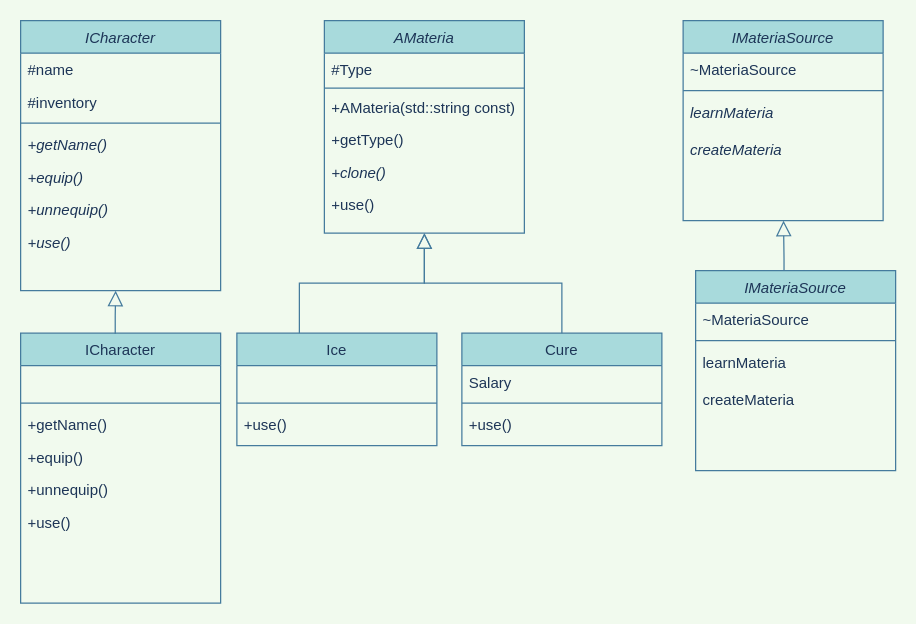
Before: cpp04/ex03/cpp04_ex03.drawio in yeawonbong/cpp, a draw.io diagram. Source tidied: cells renumbered, new cells numbered last; positions are measured from the earlier drawing's top-left corner, leaving out a move shared by most shapes. Both pictures are drawn from the tidied source at 125%, with x=0, y=0 at pixel (20, 20).
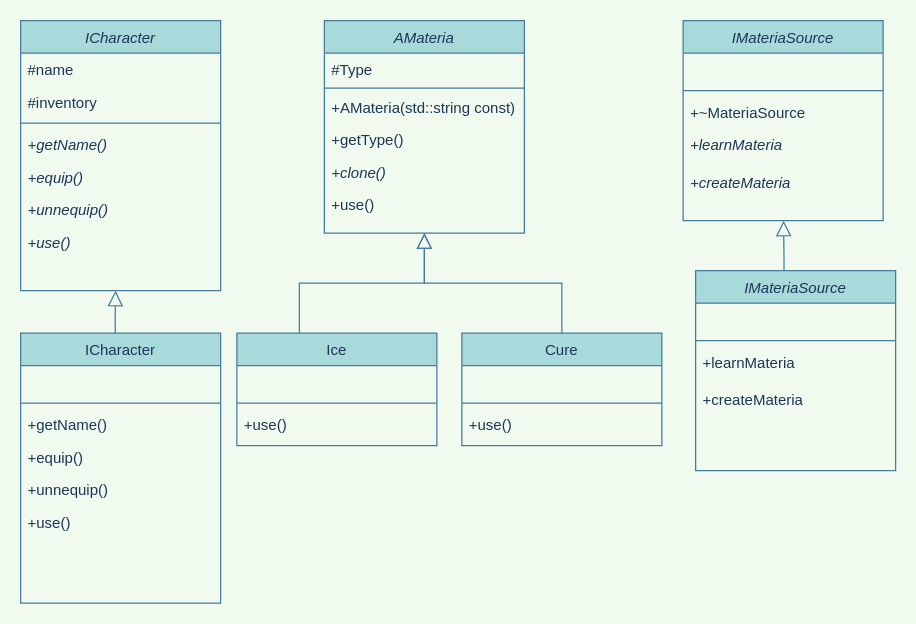
After the change.

The change refers to these unchanged cells:
```xml
<mxCell id="2" value="IMateriaSource" style="swimlane;fontStyle=2;align=center;verticalAlign=top;horizontal=1;startSize=26;rounded=0;shadow=0;strokeWidth=1;fillColor=#A8DADC;strokeColor=#457B9D;fontColor=#1D3557;" parent="1" vertex="1">
  <mxGeometry x="530" width="160" height="160" as="geometry" />
</mxCell>
<mxCell id="12" value="Cure" style="swimlane;fontStyle=0;align=center;verticalAlign=top;horizontal=1;startSize=26;rounded=0;shadow=0;strokeWidth=1;fillColor=#A8DADC;strokeColor=#457B9D;fontColor=#1D3557;" parent="1" vertex="1">
  <mxGeometry x="353" y="250" width="160" height="90" as="geometry" />
</mxCell>
<mxCell id="40" value="IMateriaSource" style="swimlane;fontStyle=2;align=center;verticalAlign=top;horizontal=1;startSize=26;rounded=0;shadow=0;strokeWidth=1;fillColor=#A8DADC;strokeColor=#457B9D;fontColor=#1D3557;" parent="1" vertex="1">
  <mxGeometry x="540" y="200" width="160" height="160" as="geometry" />
</mxCell>
```

What changed in the source:
```diff
@@
-    <mxCell id="3" value="~MateriaSource" style="text;align=left;verticalAlign=top;spacingLeft=4;spacingRight=4;overflow=hidden;fontColor=#1D3557;" parent="2" vertex="1">
+    <mxCell id="3" value=" " style="text;align=left;verticalAlign=top;spacingLeft=4;spacingRight=4;overflow=hidden;fontColor=#1D3557;" parent="2" vertex="1">
       <mxGeometry y="26" width="160" height="26" as="geometry" />
     </mxCell>
@@
+    <mxCell id="46" value="+~MateriaSource" style="text;align=left;verticalAlign=top;spacingLeft=4;spacingRight=4;overflow=hidden;fontColor=#1D3557;" parent="2" vertex="1">
+      <mxGeometry y="60" width="160" height="26" as="geometry" />
+    </mxCell>
-    <mxCell id="5" value="learnMateria&#10;" style="text;align=left;verticalAlign=top;spacingLeft=4;spacingRight=4;overflow=hidden;fontColor=#1D3557;fontStyle=2;" parent="2" vertex="1">
-      <mxGeometry y="60" width="160" height="30" as="geometry" />
+    <mxCell id="5" value="+learnMateria&#10;" style="text;align=left;verticalAlign=top;spacingLeft=4;spacingRight=4;overflow=hidden;fontColor=#1D3557;fontStyle=2;" parent="2" vertex="1">
+      <mxGeometry y="86" width="160" height="30" as="geometry" />
     </mxCell>
-    <mxCell id="6" value="createMateria" style="text;align=left;verticalAlign=top;spacingLeft=4;spacingRight=4;overflow=hidden;rounded=0;shadow=0;html=0;fontColor=#1D3557;fontStyle=2;" parent="2" vertex="1">
-      <mxGeometry y="90" width="160" height="26" as="geometry" />
+    <mxCell id="6" value="+createMateria" style="text;align=left;verticalAlign=top;spacingLeft=4;spacingRight=4;overflow=hidden;rounded=0;shadow=0;html=0;fontColor=#1D3557;fontStyle=2;" parent="2" vertex="1">
+      <mxGeometry y="116" width="160" height="26" as="geometry" />
     </mxCell>
@@
-    <mxCell id="13" value="Salary" style="text;align=left;verticalAlign=top;spacingLeft=4;spacingRight=4;overflow=hidden;fontColor=#1D3557;" parent="12" vertex="1">
+    <mxCell id="13" value=" " style="text;align=left;verticalAlign=top;spacingLeft=4;spacingRight=4;overflow=hidden;fontColor=#1D3557;" parent="12" vertex="1">
       <mxGeometry y="26" width="160" height="26" as="geometry" />
     </mxCell>
@@
-    <mxCell id="41" value="~MateriaSource" style="text;align=left;verticalAlign=top;spacingLeft=4;spacingRight=4;overflow=hidden;fontColor=#1D3557;" parent="40" vertex="1">
+    <mxCell id="41" value=" " style="text;align=left;verticalAlign=top;spacingLeft=4;spacingRight=4;overflow=hidden;fontColor=#1D3557;" parent="40" vertex="1">
       <mxGeometry y="26" width="160" height="26" as="geometry" />
     </mxCell>
@@
-    <mxCell id="43" value="learnMateria&#10;" style="text;align=left;verticalAlign=top;spacingLeft=4;spacingRight=4;overflow=hidden;fontColor=#1D3557;fontStyle=0;" parent="40" vertex="1">
+    <mxCell id="43" value="+learnMateria&#10;" style="text;align=left;verticalAlign=top;spacingLeft=4;spacingRight=4;overflow=hidden;fontColor=#1D3557;fontStyle=0;" parent="40" vertex="1">
       <mxGeometry y="60" width="160" height="30" as="geometry" />
     </mxCell>
-    <mxCell id="44" value="createMateria" style="text;align=left;verticalAlign=top;spacingLeft=4;spacingRight=4;overflow=hidden;rounded=0;shadow=0;html=0;fontColor=#1D3557;fontStyle=0;" parent="40" vertex="1">
+    <mxCell id="44" value="+createMateria" style="text;align=left;verticalAlign=top;spacingLeft=4;spacingRight=4;overflow=hidden;rounded=0;shadow=0;html=0;fontColor=#1D3557;fontStyle=0;" parent="40" vertex="1">
       <mxGeometry y="90" width="160" height="26" as="geometry" />
     </mxCell>
```
